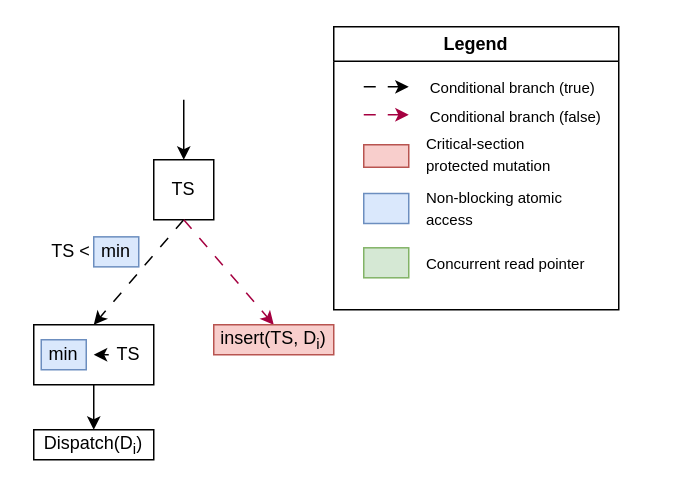
perlindgren/inplace-sort keeps this draw.io diagram as figs/arrival_handler.drawio. Above is the earlier version. Source tidied: cells renumbered, new cells numbered last; positions are measured from the earlier drawing's top-left corner, leaving out a move shared by most shapes. Both pictures are drawn from the tidied source at 150%, with x=0, y=0 at pixel (26, 26).
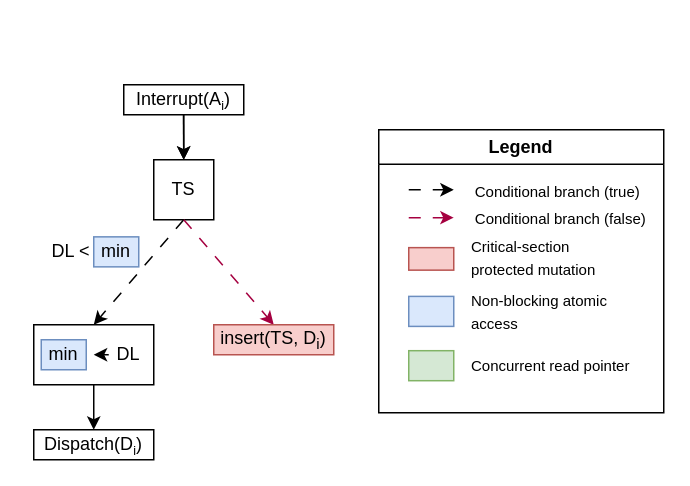
The same diagram, later.

Unchanged cells that the change refers to:
```xml
<mxCell id="5" value="TS" style="rounded=0;whiteSpace=wrap;html=1;" parent="1" vertex="1">
  <mxGeometry x="85" y="89" width="40" height="40" as="geometry" />
</mxCell>
<mxCell id="8" style="rounded=0;whiteSpace=wrap;html=1;" parent="1" vertex="1">
  <mxGeometry x="5" y="199" width="80" height="40" as="geometry" />
</mxCell>
```

Diff of the diagram source:
```diff
@@
-    <mxCell id="2" style="rounded=0;whiteSpace=wrap;html=1;" parent="1" vertex="1">
+    <mxCell id="2" value="Dispatch(D&lt;span style=&quot;font-size: 10px;&quot;&gt;&lt;sub&gt;i&lt;/sub&gt;&lt;/span&gt;)" style="rounded=0;whiteSpace=wrap;html=1;" parent="1" vertex="1">
       <mxGeometry x="5" y="269" width="80" height="20" as="geometry" />
     </mxCell>
@@
-    <mxCell id="4" style="endArrow=classic;html=1;rounded=0;entryX=0.5;entryY=0;entryDx=0;entryDy=0;" parent="1" edge="1" target="5">
+    <mxCell id="4" style="endArrow=classic;html=1;rounded=0;entryX=0.5;entryY=0;entryDx=0;entryDy=0;exitX=0.498;exitY=0.84;exitDx=0;exitDy=0;exitPerimeter=0;" parent="1" edge="1" target="5">
       <mxGeometry relative="1" as="geometry">
-        <mxPoint x="105" y="49" as="sourcePoint" />
+        <mxPoint x="104.8" y="55.8" as="sourcePoint" />
       </mxGeometry>
     </mxCell>
@@
-    <mxCell id="6" value="TS &amp;lt;" style="text;html=1;whiteSpace=wrap;strokeColor=none;fillColor=none;align=center;verticalAlign=middle;rounded=0;" parent="1" vertex="1">
+    <mxCell id="6" value="DL &amp;lt;" style="text;html=1;whiteSpace=wrap;strokeColor=none;fillColor=none;align=center;verticalAlign=middle;rounded=0;" parent="1" vertex="1">
       <mxGeometry x="5" y="140.4" width="50" height="20" as="geometry" />
     </mxCell>
@@
-    <mxCell id="11" value="TS&amp;nbsp;" style="text;html=1;whiteSpace=wrap;strokeColor=none;fillColor=none;align=center;verticalAlign=middle;rounded=0;" parent="1" vertex="1">
+    <mxCell id="11" value="DL&amp;nbsp;" style="text;html=1;whiteSpace=wrap;strokeColor=none;fillColor=none;align=center;verticalAlign=middle;rounded=0;" parent="1" vertex="1">
       <mxGeometry x="55" y="209" width="30" height="20" as="geometry" />
     </mxCell>
@@
-    <mxCell id="13" value="Dispatch(D&lt;sub&gt;i&lt;/sub&gt;)" style="text;html=1;whiteSpace=wrap;strokeColor=none;fillColor=none;align=center;verticalAlign=middle;rounded=0;" parent="1" vertex="1">
-      <mxGeometry y="269" width="90" height="20" as="geometry" />
-    </mxCell>
@@
-    <mxCell id="15" style="endArrow=classic;html=1;rounded=0;exitX=0.5;exitY=1;exitDx=0;exitDy=0;" parent="1" edge="1" source="8" target="13">
+    <mxCell id="15" style="endArrow=classic;html=1;rounded=0;exitX=0.5;exitY=1;exitDx=0;exitDy=0;" parent="1" edge="1" source="8" target="2">
       <mxGeometry relative="1" as="geometry" />
     </mxCell>
     <mxCell id="16" value="Legend" style="swimlane;whiteSpace=wrap;html=1;" parent="1" vertex="1">
-      <mxGeometry x="205" y="0.4" width="190" height="188.6" as="geometry" />
+      <mxGeometry x="235" y="69" width="190" height="188.6" as="geometry" />
     </mxCell>
@@
+    <mxCell id="28" style="edgeStyle=orthogonalEdgeStyle;rounded=0;jettySize=auto;html=1;" parent="1" edge="1" source="29" target="5">
+      <mxGeometry relative="1" as="geometry" />
+    </mxCell>
+    <mxCell id="29" value="Interrupt(A&lt;span style=&quot;font-size: 10px;&quot;&gt;&lt;sub&gt;i&lt;/sub&gt;&lt;/span&gt;)" style="rounded=0;whiteSpace=wrap;html=1;" parent="1" vertex="1">
+      <mxGeometry x="65" y="39" width="80" height="20" as="geometry" />
+    </mxCell>
```
